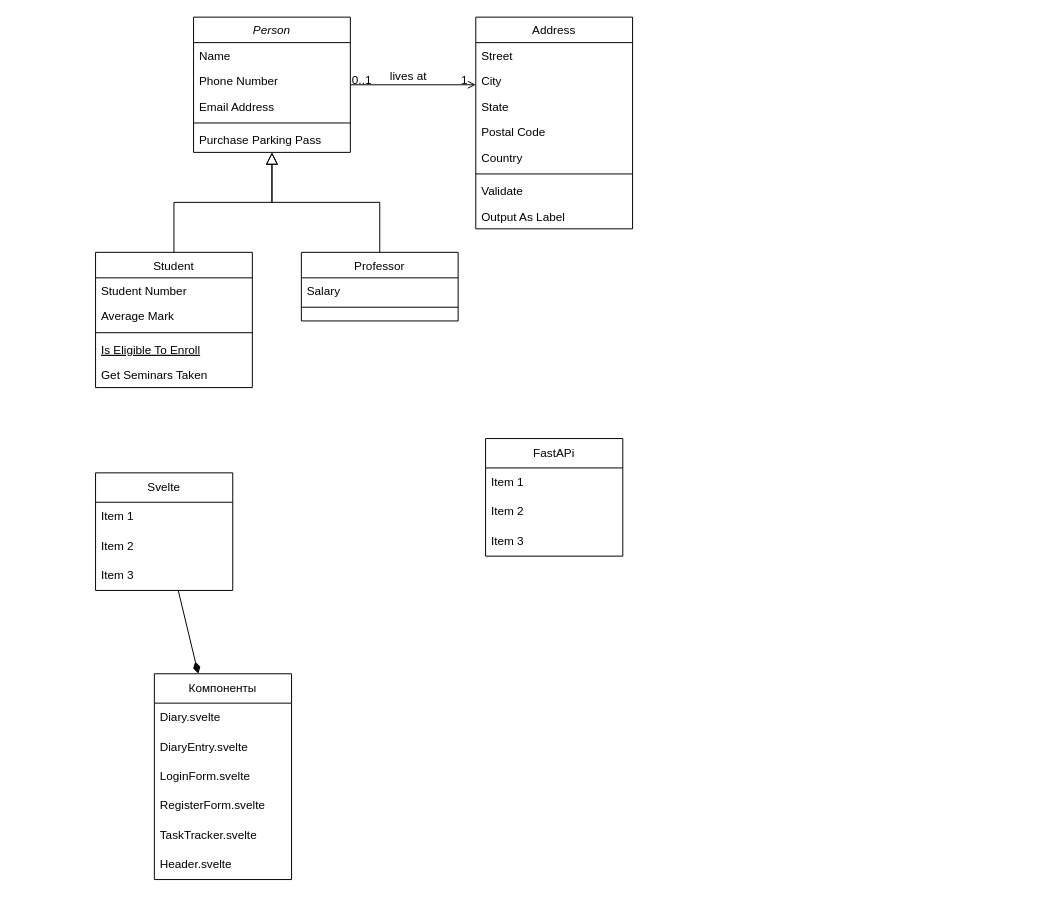
Before: Диаграмма без названия.drawio in v-tempe/draw.io, a draw.io diagram. Source tidied: cells renumbered, new cells numbered last; positions are measured from the earlier drawing's top-left corner, leaving out a move shared by most shapes. Both pictures are drawn from the tidied source at 98%, with x=0, y=0 at pixel (95, 17).
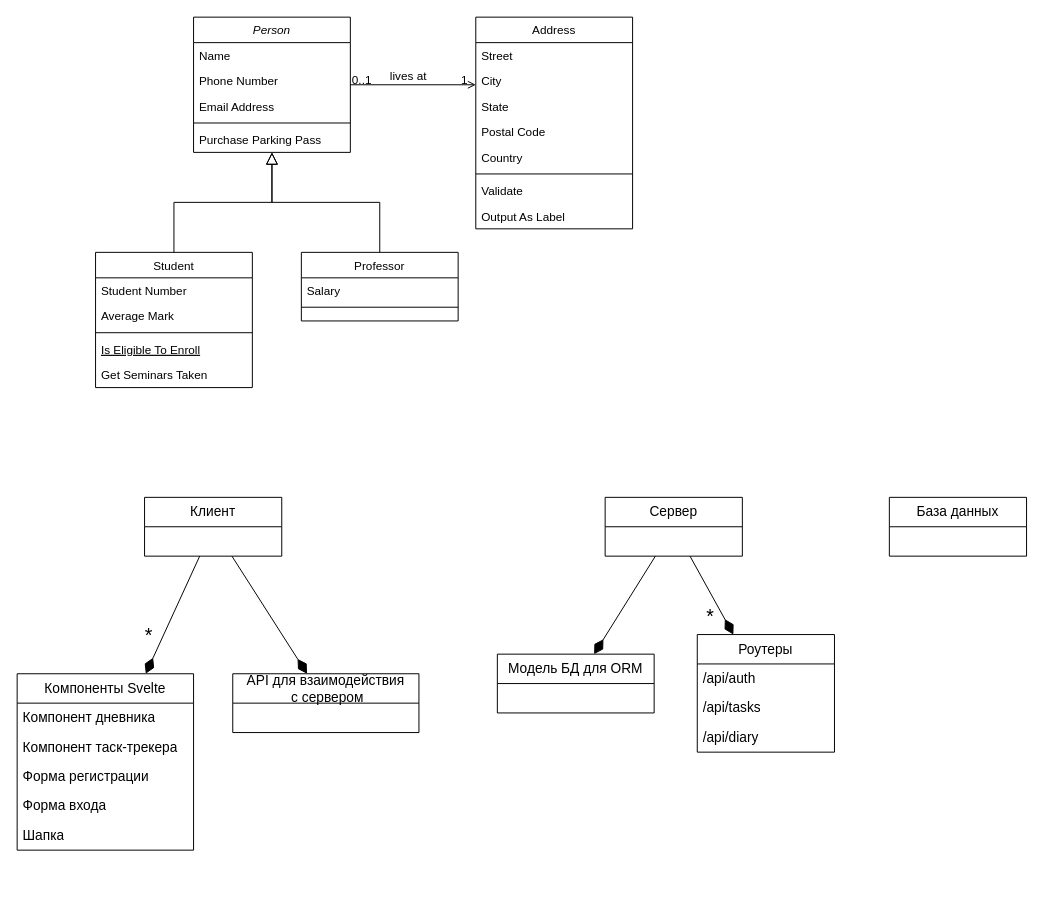
The same diagram, later.

Change to the diagram source:
```diff
@@
-    <mxCell id="32" value="Svelte" style="swimlane;fontStyle=0;horizontal=1;startSize=30;whiteSpace=wrap;html=1;" parent="1" vertex="1">
-      <mxGeometry y="465" width="140" height="120" as="geometry" />
+    <mxCell id="32" value="Клиент" style="swimlane;fontStyle=0;horizontal=1;startSize=30;whiteSpace=wrap;html=1;fontSize=14;" parent="1" vertex="1">
+      <mxGeometry x="50" y="490" width="140" height="60" as="geometry" />
     </mxCell>
-    <mxCell id="33" value="Item 1" style="text;strokeColor=none;fillColor=none;align=left;verticalAlign=middle;spacingLeft=4;spacingRight=4;overflow=hidden;whiteSpace=wrap;html=1;" parent="32" vertex="1">
-      <mxGeometry y="30" width="140" height="30" as="geometry" />
-    </mxCell>
-    <mxCell id="34" value="Item 2" style="text;strokeColor=none;fillColor=none;align=left;verticalAlign=middle;spacingLeft=4;spacingRight=4;overflow=hidden;whiteSpace=wrap;html=1;" parent="32" vertex="1">
-      <mxGeometry y="60" width="140" height="30" as="geometry" />
-    </mxCell>
-    <mxCell id="35" value="Item 3" style="text;strokeColor=none;fillColor=none;align=left;verticalAlign=middle;spacingLeft=4;spacingRight=4;overflow=hidden;whiteSpace=wrap;html=1;" parent="32" vertex="1">
-      <mxGeometry y="90" width="140" height="30" as="geometry" />
-    </mxCell>
-    <mxCell id="36" value="Компоненты" style="swimlane;fontStyle=0;horizontal=1;startSize=30;whiteSpace=wrap;html=1;" parent="1" vertex="1">
-      <mxGeometry x="60" y="670" width="140" height="210" as="geometry" />
-    </mxCell>
-    <mxCell id="37" value="Diary.svelte" style="text;strokeColor=none;fillColor=none;align=left;verticalAlign=middle;spacingLeft=4;spacingRight=4;overflow=hidden;whiteSpace=wrap;html=1;" parent="36" vertex="1">
-      <mxGeometry y="30" width="140" height="30" as="geometry" />
-    </mxCell>
-    <mxCell id="38" value="DiaryEntry.svelte" style="text;strokeColor=none;fillColor=none;align=left;verticalAlign=middle;spacingLeft=4;spacingRight=4;overflow=hidden;whiteSpace=wrap;html=1;" parent="36" vertex="1">
-      <mxGeometry y="60" width="140" height="30" as="geometry" />
-    </mxCell>
-    <mxCell id="39" value="LoginForm.svelte" style="text;strokeColor=none;fillColor=none;align=left;verticalAlign=middle;spacingLeft=4;spacingRight=4;overflow=hidden;whiteSpace=wrap;html=1;" parent="36" vertex="1">
-      <mxGeometry y="90" width="140" height="30" as="geometry" />
-    </mxCell>
-    <mxCell id="40" value="RegisterForm.svelte" style="text;strokeColor=none;fillColor=none;align=left;verticalAlign=middle;spacingLeft=4;spacingRight=4;overflow=hidden;whiteSpace=wrap;html=1;" parent="36" vertex="1">
-      <mxGeometry y="120" width="140" height="30" as="geometry" />
-    </mxCell>
-    <mxCell id="41" value="TaskTracker.svelte" style="text;strokeColor=none;fillColor=none;align=left;verticalAlign=middle;spacingLeft=4;spacingRight=4;overflow=hidden;whiteSpace=wrap;html=1;" parent="36" vertex="1">
-      <mxGeometry y="150" width="140" height="30" as="geometry" />
-    </mxCell>
-    <mxCell id="42" value="Header.svelte" style="text;strokeColor=none;fillColor=none;align=left;verticalAlign=middle;spacingLeft=4;spacingRight=4;overflow=hidden;whiteSpace=wrap;html=1;" parent="36" vertex="1">
-      <mxGeometry y="180" width="140" height="30" as="geometry" />
-    </mxCell>
-    <mxCell id="43" style="endArrow=diamondThin;html=1;rounded=0;endFill=1;endSize=10;" parent="1" edge="1" source="32" target="36">
+    <mxCell id="43" style="endArrow=diamondThin;html=1;rounded=0;endFill=1;endSize=15;fontSize=14;" parent="1" edge="1" source="32" target="58">
       <mxGeometry relative="1" as="geometry" />
     </mxCell>
+    <mxCell id="48" value="&lt;font&gt;*&lt;/font&gt;" style="edgeLabel;html=1;align=center;verticalAlign=middle;fontSize=20;" parent="43" vertex="1">
+      <mxGeometry x="0.43" y="2" relative="1" as="geometry">
+        <mxPoint x="-15" y="-7" as="offset" />
+      </mxGeometry>
+    </mxCell>
-    <mxCell id="44" value="FastAPi" style="swimlane;fontStyle=0;horizontal=1;startSize=30;whiteSpace=wrap;html=1;" parent="1" vertex="1">
-      <mxGeometry x="398" y="430" width="140" height="120" as="geometry" />
+    <mxCell id="44" value="Сервер" style="swimlane;fontStyle=0;horizontal=1;startSize=30;whiteSpace=wrap;html=1;fontSize=14;" parent="1" vertex="1">
+      <mxGeometry x="520" y="490" width="140" height="60" as="geometry" />
     </mxCell>
-    <mxCell id="45" value="Item 1" style="text;strokeColor=none;fillColor=none;align=left;verticalAlign=middle;spacingLeft=4;spacingRight=4;overflow=hidden;whiteSpace=wrap;html=1;" parent="44" vertex="1">
-      <mxGeometry y="30" width="140" height="30" as="geometry" />
-    </mxCell>
-    <mxCell id="46" value="Item 2" style="text;strokeColor=none;fillColor=none;align=left;verticalAlign=middle;spacingLeft=4;spacingRight=4;overflow=hidden;whiteSpace=wrap;html=1;" parent="44" vertex="1">
-      <mxGeometry y="60" width="140" height="30" as="geometry" />
-    </mxCell>
-    <mxCell id="47" value="Item 3" style="text;strokeColor=none;fillColor=none;align=left;verticalAlign=middle;spacingLeft=4;spacingRight=4;overflow=hidden;whiteSpace=wrap;html=1;" parent="44" vertex="1">
-      <mxGeometry y="90" width="140" height="30" as="geometry" />
-    </mxCell>
+    <mxCell id="49" value="База данных" style="swimlane;fontStyle=0;horizontal=1;startSize=30;whiteSpace=wrap;html=1;fontSize=14;" parent="1" vertex="1">
+      <mxGeometry x="810" y="490" width="140" height="60" as="geometry" />
+    </mxCell>
+    <mxCell id="50" value="API для взаимодействия&lt;div&gt;&amp;nbsp;с сервером&lt;/div&gt;" style="swimlane;fontStyle=0;horizontal=1;startSize=30;whiteSpace=wrap;html=1;fontSize=14;" parent="1" vertex="1">
+      <mxGeometry x="140" y="670" width="190" height="60" as="geometry" />
+    </mxCell>
+    <mxCell id="51" style="endArrow=diamondThin;html=1;rounded=0;endFill=1;endSize=15;fontSize=14;" parent="1" edge="1" source="32" target="50">
+      <mxGeometry relative="1" as="geometry" />
+    </mxCell>
+    <mxCell id="52" value="Роутеры" style="swimlane;fontStyle=0;horizontal=1;startSize=30;whiteSpace=wrap;html=1;fontSize=14;" parent="1" vertex="1">
+      <mxGeometry x="614" y="630" width="140" height="120" as="geometry" />
+    </mxCell>
+    <mxCell id="53" value="&lt;div style=&quot;text-align: center;&quot;&gt;&lt;span style=&quot;background-color: transparent; color: light-dark(rgb(0, 0, 0), rgb(255, 255, 255));&quot;&gt;&lt;font&gt;/api/auth&lt;/font&gt;&lt;/span&gt;&lt;/div&gt;" style="text;strokeColor=none;fillColor=none;align=left;verticalAlign=middle;spacingLeft=4;spacingRight=4;overflow=hidden;whiteSpace=wrap;html=1;fontSize=14;" parent="52" vertex="1">
+      <mxGeometry y="30" width="140" height="30" as="geometry" />
+    </mxCell>
+    <mxCell id="54" value="&lt;span style=&quot;text-align: center;&quot;&gt;&lt;font&gt;/api/tasks&lt;/font&gt;&lt;/span&gt;" style="text;strokeColor=none;fillColor=none;align=left;verticalAlign=middle;spacingLeft=4;spacingRight=4;overflow=hidden;whiteSpace=wrap;html=1;fontSize=14;" parent="52" vertex="1">
+      <mxGeometry y="60" width="140" height="30" as="geometry" />
+    </mxCell>
+    <mxCell id="55" value="&lt;span style=&quot;text-align: center;&quot;&gt;&lt;font&gt;/api/diary&lt;/font&gt;&lt;/span&gt;" style="text;strokeColor=none;fillColor=none;align=left;verticalAlign=middle;spacingLeft=4;spacingRight=4;overflow=hidden;whiteSpace=wrap;html=1;fontSize=14;" parent="52" vertex="1">
+      <mxGeometry y="90" width="140" height="30" as="geometry" />
+    </mxCell>
+    <mxCell id="56" style="endArrow=diamondThin;html=1;rounded=0;endFill=1;endSize=15;fontSize=14;" parent="1" edge="1" source="44" target="52">
+      <mxGeometry relative="1" as="geometry" />
+    </mxCell>
+    <mxCell id="57" value="&lt;font&gt;*&lt;/font&gt;" style="edgeLabel;html=1;align=center;verticalAlign=middle;fontSize=20;" parent="56" vertex="1">
+      <mxGeometry x="0.2" y="2" relative="1" as="geometry">
+        <mxPoint x="-8" y="13" as="offset" />
+      </mxGeometry>
+    </mxCell>
+    <mxCell id="58" value="Компоненты Svelte" style="swimlane;fontStyle=0;horizontal=1;startSize=30;whiteSpace=wrap;html=1;fontSize=14;" parent="1" vertex="1">
+      <mxGeometry x="-80" y="670" width="180" height="180" as="geometry" />
+    </mxCell>
+    <mxCell id="59" value="&lt;span style=&quot;text-align: center;&quot;&gt;Компонент дневника&lt;/span&gt;" style="text;strokeColor=none;fillColor=none;align=left;verticalAlign=middle;spacingLeft=4;spacingRight=4;overflow=hidden;whiteSpace=wrap;html=1;fontSize=14;" parent="58" vertex="1">
+      <mxGeometry y="30" width="180" height="30" as="geometry" />
+    </mxCell>
+    <mxCell id="60" value="&lt;span style=&quot;text-align: center;&quot;&gt;Компонент таск-трекера&lt;/span&gt;" style="text;strokeColor=none;fillColor=none;align=left;verticalAlign=middle;spacingLeft=4;spacingRight=4;overflow=hidden;whiteSpace=wrap;html=1;fontSize=14;" parent="58" vertex="1">
+      <mxGeometry y="60" width="180" height="30" as="geometry" />
+    </mxCell>
+    <mxCell id="61" value="&lt;span style=&quot;text-align: center;&quot;&gt;Форма регистрации&lt;/span&gt;" style="text;strokeColor=none;fillColor=none;align=left;verticalAlign=middle;spacingLeft=4;spacingRight=4;overflow=hidden;whiteSpace=wrap;html=1;fontSize=14;" parent="58" vertex="1">
+      <mxGeometry y="90" width="180" height="30" as="geometry" />
+    </mxCell>
+    <mxCell id="62" value="&lt;span style=&quot;text-align: center;&quot;&gt;Форма входа&lt;/span&gt;" style="text;strokeColor=none;fillColor=none;align=left;verticalAlign=middle;spacingLeft=4;spacingRight=4;overflow=hidden;whiteSpace=wrap;html=1;fontSize=14;" parent="58" vertex="1">
+      <mxGeometry y="120" width="180" height="30" as="geometry" />
+    </mxCell>
+    <mxCell id="63" value="&lt;span style=&quot;text-align: center;&quot;&gt;Шапка&lt;/span&gt;" style="text;strokeColor=none;fillColor=none;align=left;verticalAlign=middle;spacingLeft=4;spacingRight=4;overflow=hidden;whiteSpace=wrap;html=1;fontSize=14;" parent="58" vertex="1">
+      <mxGeometry y="150" width="180" height="30" as="geometry" />
+    </mxCell>
+    <mxCell id="64" value="Модель БД для ORM" style="swimlane;fontStyle=0;horizontal=1;startSize=30;whiteSpace=wrap;html=1;fontSize=14;" parent="1" vertex="1">
+      <mxGeometry x="410" y="650" width="160" height="60" as="geometry" />
+    </mxCell>
+    <mxCell id="65" style="endArrow=diamondThin;html=1;rounded=0;endFill=1;endSize=15;fontSize=14;" parent="1" edge="1" source="44" target="64">
+      <mxGeometry relative="1" as="geometry" />
+    </mxCell>
```
